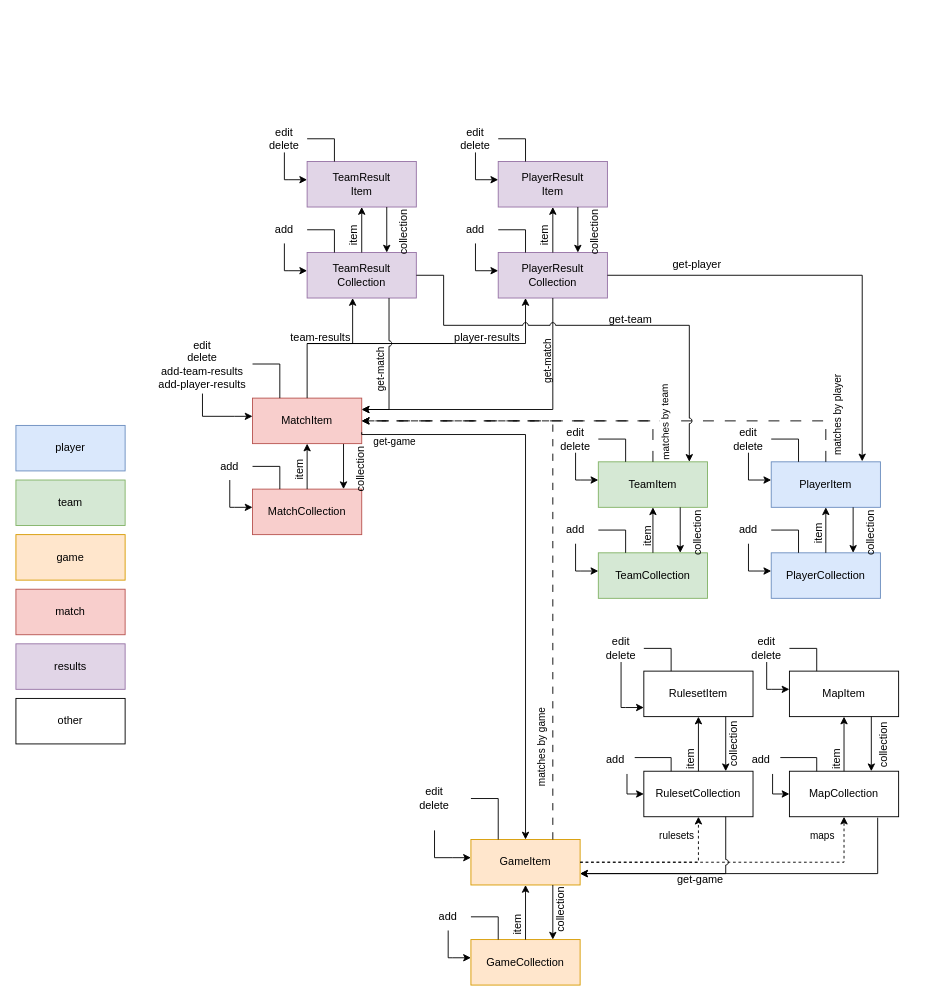
This is media/state-machine.drawio from oja89/BoardGameTracker, a draw.io file, before an edit. Source tidied: cells renumbered, new cells numbered last; positions are measured from the earlier drawing's top-left corner, leaving out a move shared by most shapes. Both pictures are drawn from the tidied source at 91%, with x=0, y=0 at pixel (15, 15).
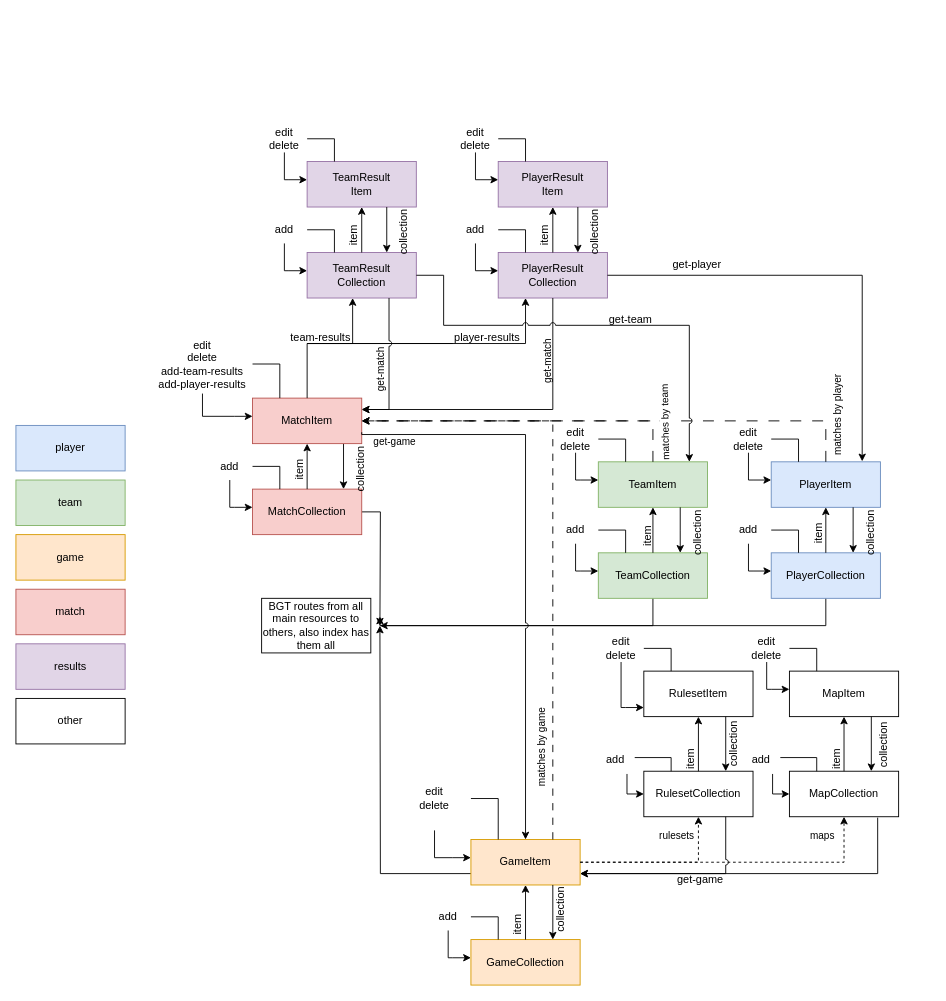
Above is the later version.

Unchanged cells that the change refers to:
```xml
<mxCell id="15" style="group;" parent="1" vertex="1">
  <mxGeometry x="780" y="550" width="170" height="90" as="geometry" />
</mxCell>
<mxCell id="16" value="PlayerCollection" style="rounded=0;whiteSpace=wrap;html=1;fillColor=#dae8fc;strokeColor=#6c8ebf;" parent="15" vertex="1">
  <mxGeometry x="50" y="40" width="120" height="50" as="geometry" />
</mxCell>
<mxCell id="22" style="group;" parent="1" vertex="1">
  <mxGeometry x="590" y="550" width="170" height="90" as="geometry" />
</mxCell>
<mxCell id="23" value="TeamCollection" style="rounded=0;whiteSpace=wrap;html=1;fillColor=#d5e8d4;strokeColor=#82b366;" parent="22" vertex="1">
  <mxGeometry x="50" y="40" width="120" height="50" as="geometry" />
</mxCell>
<mxCell id="29" style="group;" parent="1" vertex="1">
  <mxGeometry x="450" y="865" width="170" height="90" as="geometry" />
</mxCell>
<mxCell id="30" value="GameItem" style="rounded=0;whiteSpace=wrap;html=1;fillColor=#ffe6cc;strokeColor=#d79b00;" parent="29" vertex="1">
  <mxGeometry x="50" y="40" width="120" height="50" as="geometry" />
</mxCell>
<mxCell id="51" style="group;" parent="1" vertex="1">
  <mxGeometry x="210" y="480" width="220" height="90" as="geometry" />
</mxCell>
<mxCell id="52" value="MatchCollection" style="rounded=0;whiteSpace=wrap;html=1;fillColor=#f8cecc;strokeColor=#b85450;" parent="51" vertex="1">
  <mxGeometry x="50" y="40" width="120" height="50" as="geometry" />
</mxCell>
```

The edit, as a diff of the source:
```diff
@@
+    <mxCell id="165" style="edgeStyle=orthogonalEdgeStyle;rounded=0;jettySize=auto;html=1;" parent="15" edge="1" source="16">
+      <mxGeometry relative="1" as="geometry">
+        <mxPoint x="-380" y="110" as="targetPoint" />
+        <Array as="points">
+          <mxPoint x="110" y="120" />
+          <mxPoint x="-380" y="120" />
+        </Array>
+      </mxGeometry>
+    </mxCell>
@@
+    <mxCell id="166" style="edgeStyle=orthogonalEdgeStyle;rounded=0;jettySize=auto;html=1;" parent="22" edge="1" source="23">
+      <mxGeometry relative="1" as="geometry">
+        <mxPoint x="-190" y="120" as="targetPoint" />
+        <Array as="points">
+          <mxPoint x="110" y="120" />
+        </Array>
+      </mxGeometry>
+    </mxCell>
@@
+    <mxCell id="167" style="edgeStyle=orthogonalEdgeStyle;rounded=0;jettySize=auto;html=1;exitX=0;exitY=0.75;exitDx=0;exitDy=0;" parent="29" edge="1" source="30">
+      <mxGeometry relative="1" as="geometry">
+        <mxPoint x="-50" y="-195" as="targetPoint" />
+      </mxGeometry>
+    </mxCell>
@@
+    <mxCell id="168" style="edgeStyle=orthogonalEdgeStyle;rounded=0;jettySize=auto;html=1;" parent="51" edge="1" source="52">
+      <mxGeometry relative="1" as="geometry">
+        <mxPoint x="190" y="190" as="targetPoint" />
+      </mxGeometry>
+    </mxCell>
@@
+    <mxCell id="169" value="BGT routes from all main resources to others, also index has them all" style="rounded=0;whiteSpace=wrap;html=1;" parent="1" vertex="1">
+      <mxGeometry x="270" y="640" width="120" height="60" as="geometry" />
+    </mxCell>
```
